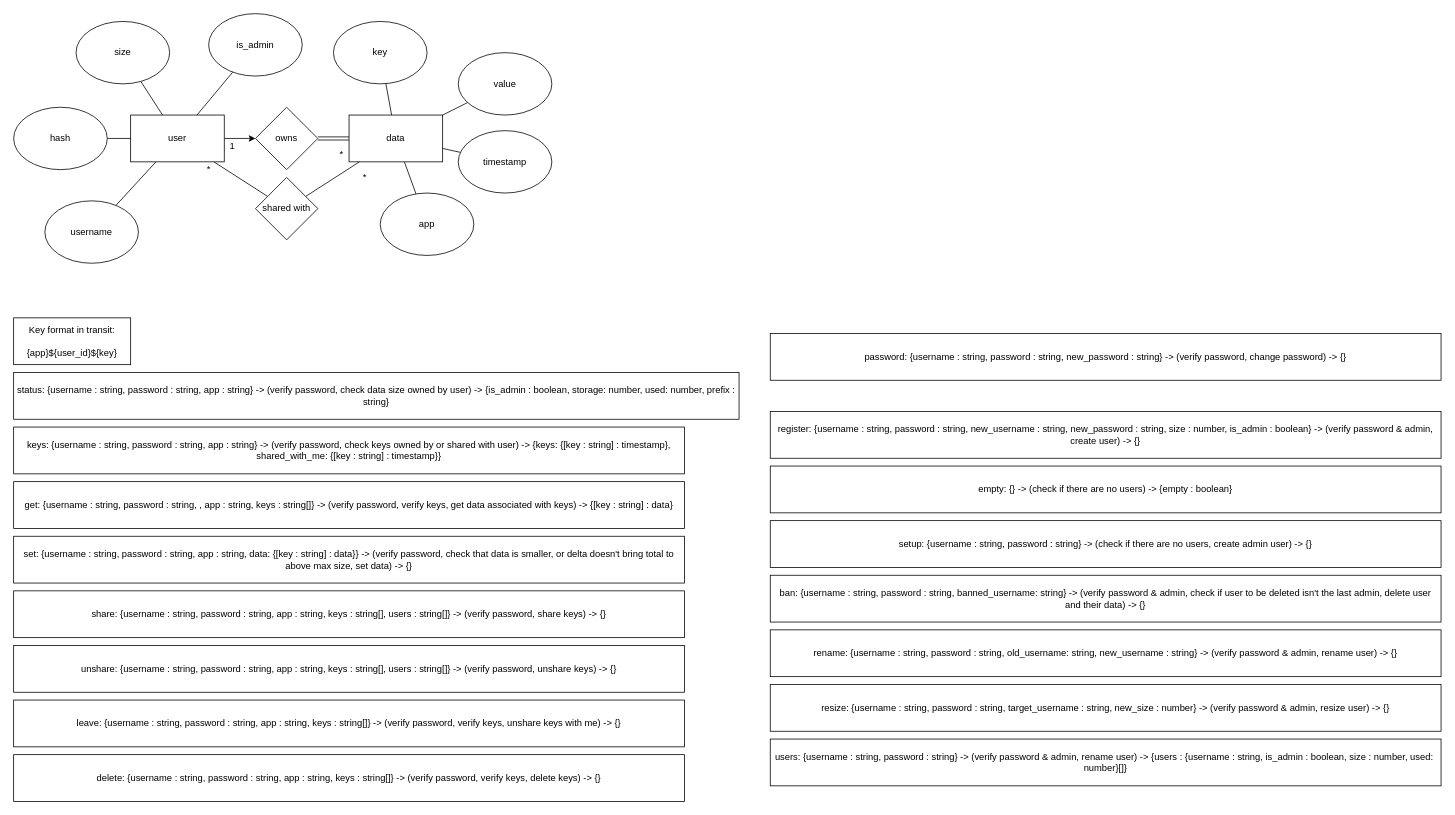
The draw.io diagram docs/docs.drawio in wanieru/jormun-sdk, before the edit. Source tidied: cells renumbered, new cells numbered last; positions are measured from the earlier drawing's top-left corner, leaving out a move shared by most shapes. Both pictures are drawn from the tidied source at 78%, with x=0, y=0 at pixel (13, 13).
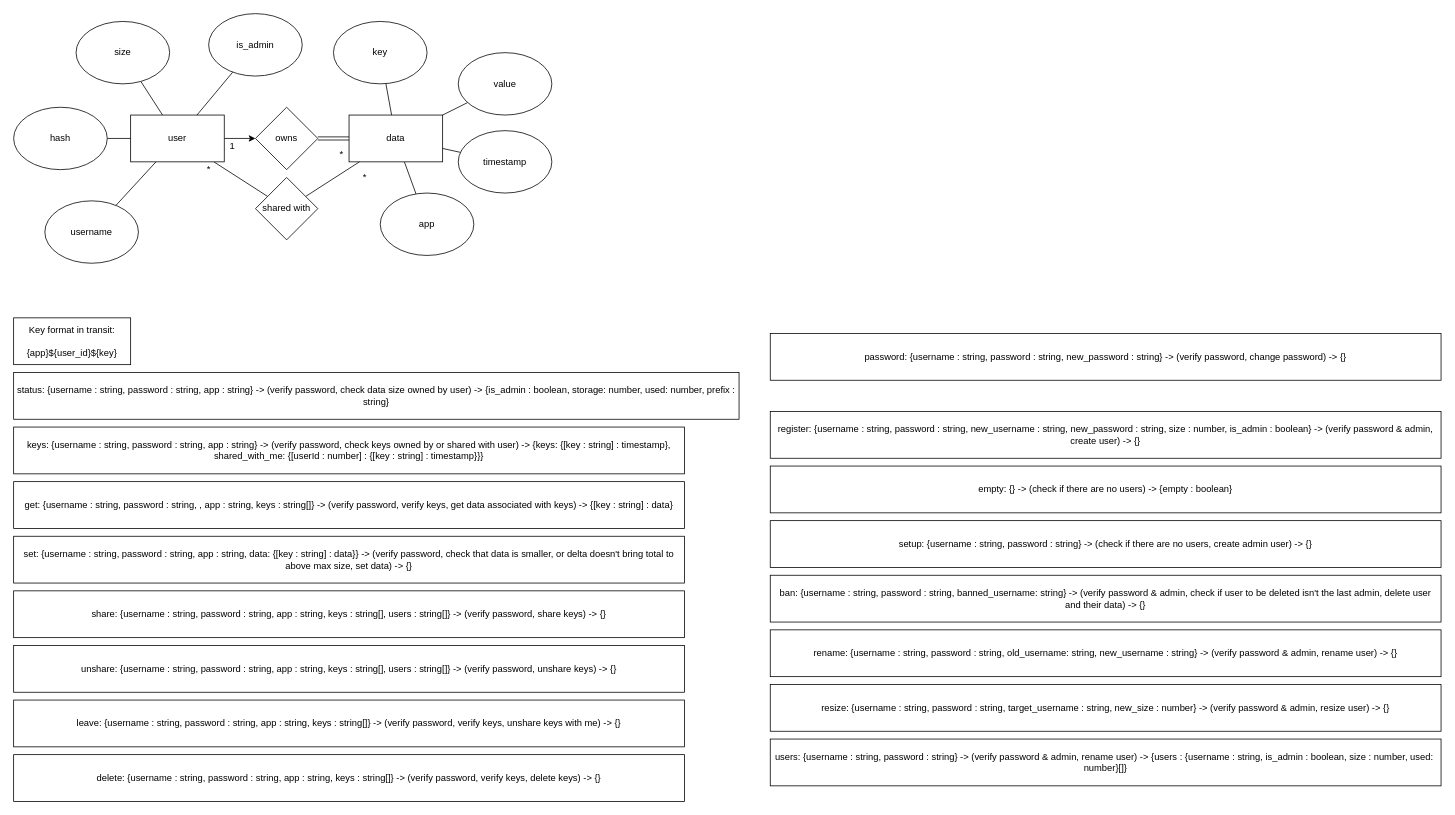
After the change.

Change to the diagram source:
```diff
@@
-    <mxCell id="28" value="keys: {username : string, password : string, app : string} -&amp;gt; (verify password, check keys owned by or shared with user) -&amp;gt; {keys: {[key : string] : timestamp}, shared_with_me: {[key : string] : timestamp}}" style="rounded=0;whiteSpace=wrap;html=1;" parent="1" vertex="1">
+    <mxCell id="28" value="keys: {username : string, password : string, app : string} -&amp;gt; (verify password, check keys owned by or shared with user) -&amp;gt; {keys: {[key : string] : timestamp}, shared_with_me: {[userId : number] : {[key : string] : timestamp}}}" style="rounded=0;whiteSpace=wrap;html=1;" parent="1" vertex="1">
       <mxGeometry y="530" width="860" height="60" as="geometry" />
     </mxCell>
```
